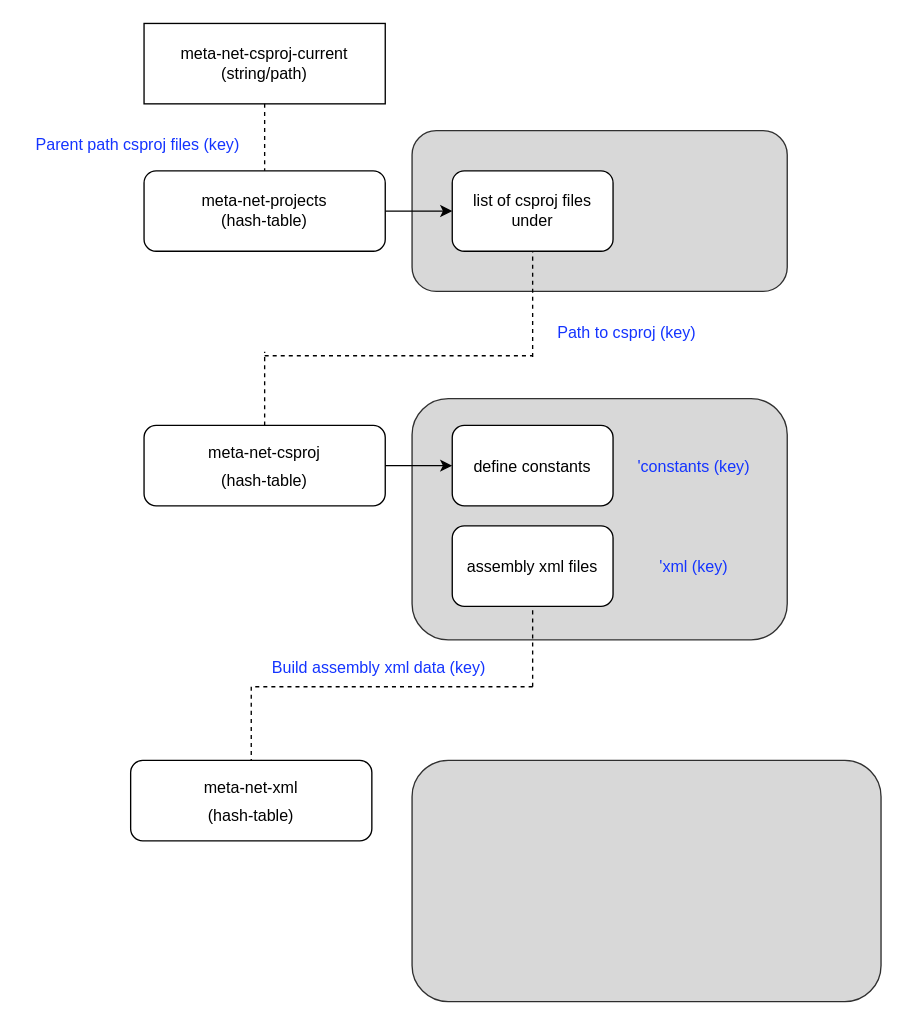
This is doc/architecture.drawio from emacs-vs/meta-net, a draw.io file, before an edit. Source tidied: cells renumbered, new cells numbered last; positions are measured from the earlier drawing's top-left corner, leaving out a move shared by most shapes. Both pictures are drawn from the tidied source at 134%, with x=0, y=0 at pixel (23, 23).
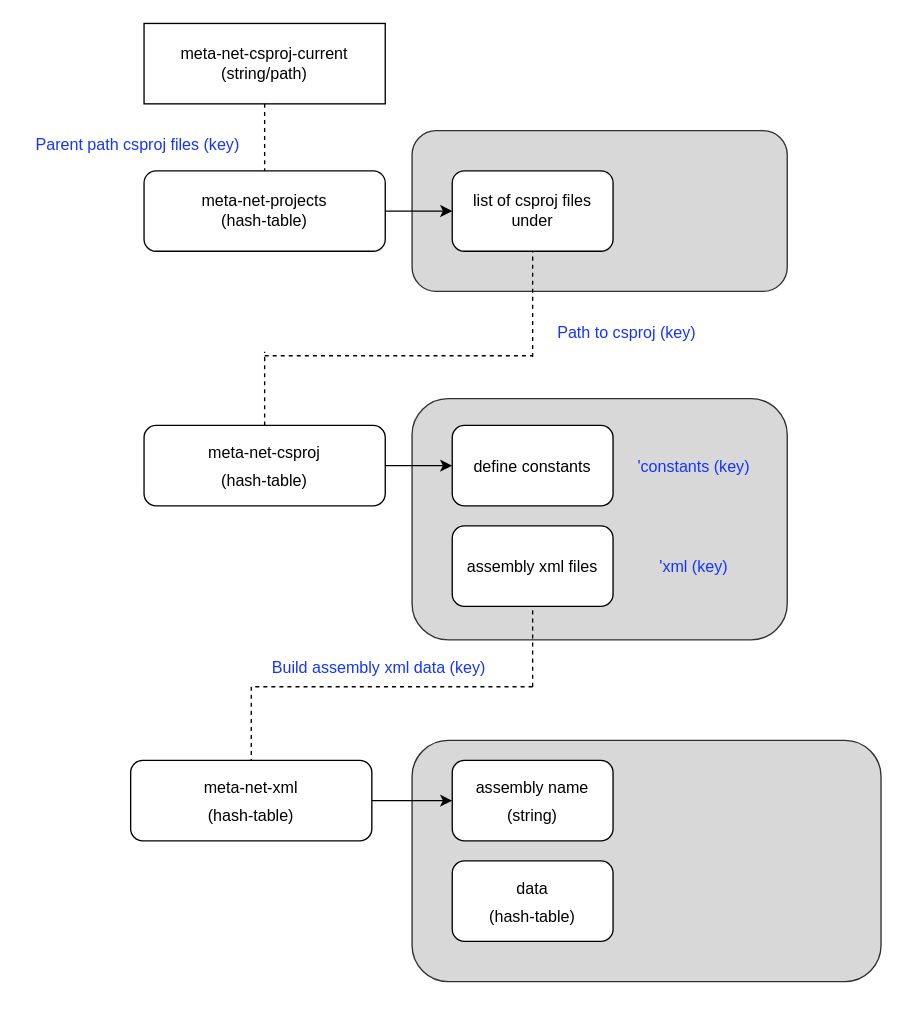
Above is the later version.

Unchanged cells that the change refers to:
```xml
<mxCell id="18" value="&lt;font color=&quot;#000000&quot; style=&quot;font-size: 12px&quot;&gt;meta-net-xml&lt;br&gt;(hash-table)&lt;br&gt;&lt;/font&gt;" style="rounded=1;whiteSpace=wrap;html=1;shadow=0;glass=0;sketch=0;jiggle=1;fontSize=17;fontColor=#1434FF;fillColor=#ffffff;" parent="1" vertex="1">
  <mxGeometry x="80" y="550" width="180" height="60" as="geometry" />
</mxCell>
```

What changed in the source:
```diff
@@
     <mxCell id="21" style="rounded=1;whiteSpace=wrap;html=1;fillColor=#CFCFCF;shadow=0;glass=0;sketch=0;noLabel=0;backgroundOutline=0;jiggle=1;opacity=80;" parent="1" vertex="1">
-      <mxGeometry x="290" y="550" width="350" height="180" as="geometry" />
+      <mxGeometry x="290" y="535" width="350" height="180" as="geometry" />
     </mxCell>
@@
+    <mxCell id="26" style="endArrow=classic;html=1;exitX=1;exitY=0.5;exitDx=0;exitDy=0;entryX=0;entryY=0.5;entryDx=0;entryDy=0;" parent="1" edge="1" source="18" target="27">
+      <mxGeometry relative="1" as="geometry" />
+    </mxCell>
+    <mxCell id="27" value="&lt;font style=&quot;font-size: 12px&quot;&gt;assembly name&lt;br&gt;(string)&lt;br&gt;&lt;/font&gt;" style="rounded=1;whiteSpace=wrap;html=1;shadow=0;glass=0;sketch=0;jiggle=1;fontSize=17;fillColor=#ffffff;" parent="1" vertex="1">
+      <mxGeometry x="320" y="550" width="120" height="60" as="geometry" />
+    </mxCell>
+    <mxCell id="28" value="&lt;font style=&quot;font-size: 12px&quot;&gt;data&lt;br&gt;(hash-table)&lt;br&gt;&lt;/font&gt;" style="rounded=1;whiteSpace=wrap;html=1;shadow=0;glass=0;sketch=0;jiggle=1;fontSize=17;fillColor=#ffffff;" parent="1" vertex="1">
+      <mxGeometry x="320" y="625" width="120" height="60" as="geometry" />
+    </mxCell>
```
